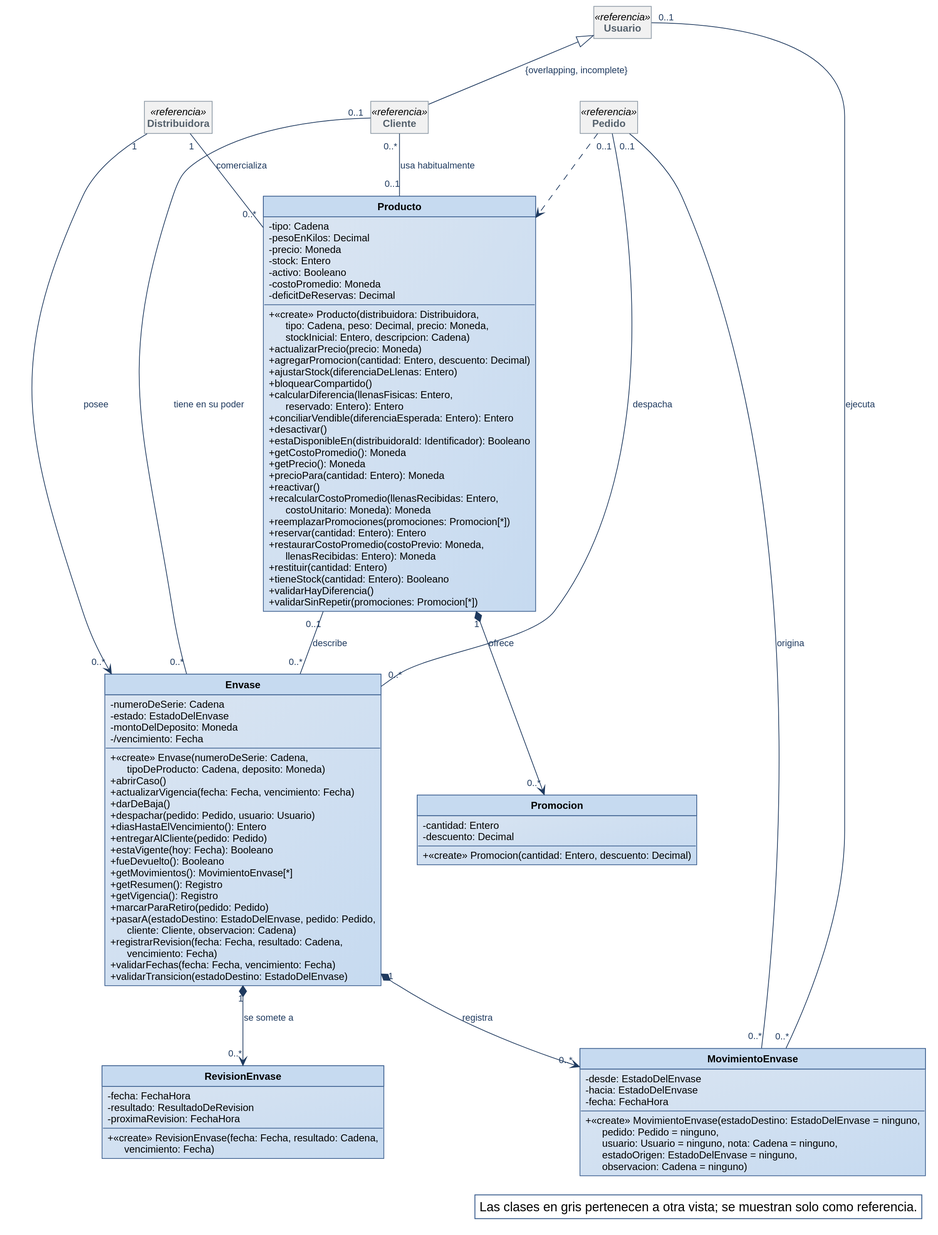
Earlier version of the PlantUML export diagramas/clases-diseno/DC_Productos-y-envases.svg (Nahuelito-Dev/splg-docs).
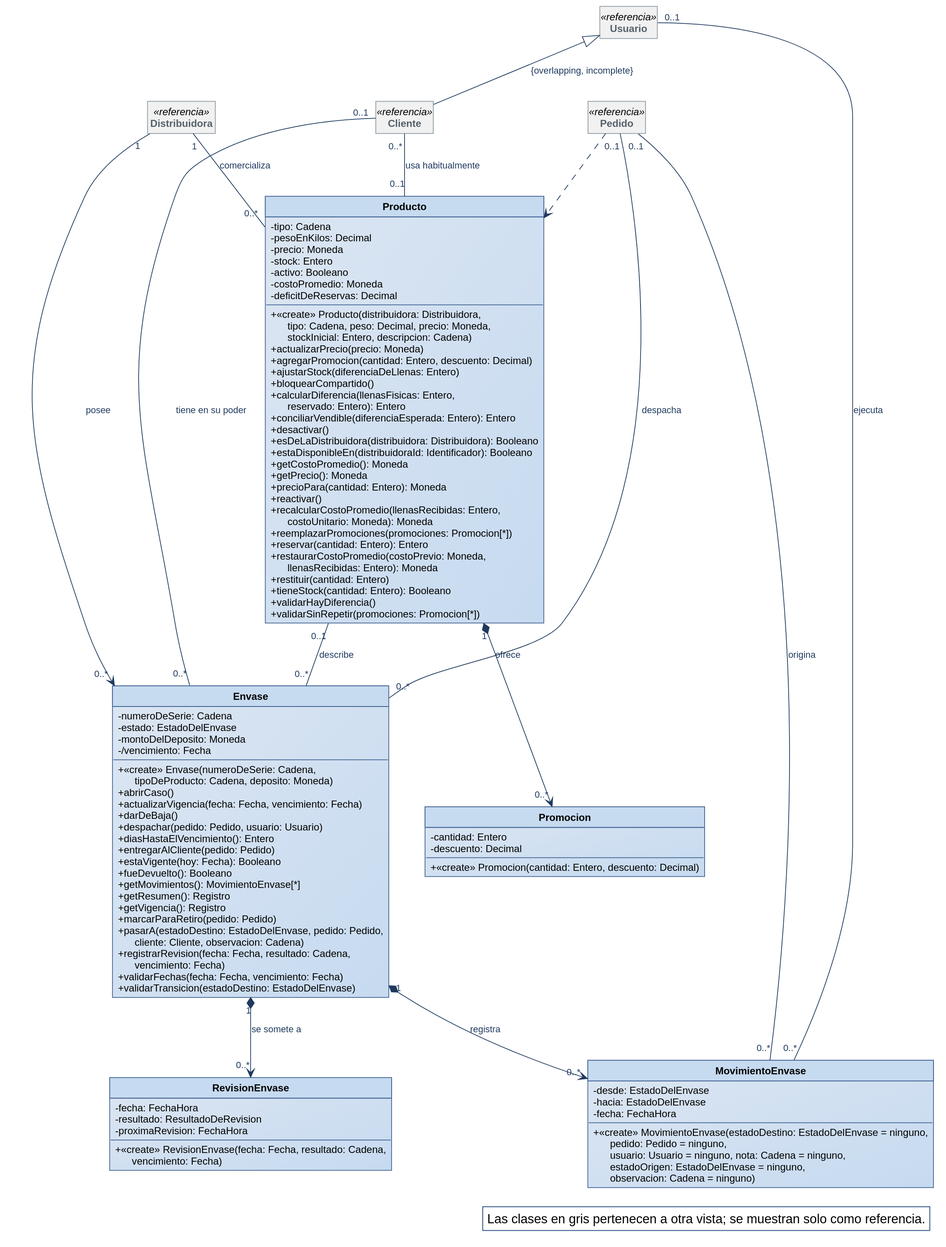
Above is the later version.

Diff of the diagram source:
```diff
@@ -43,6 +43,7 @@
   + calcularDiferencia(llenasFisicas: Entero,\n      reservado: Entero): Entero
   + conciliarVendible(diferenciaEsperada: Entero): Entero
   + desactivar()
+  + esDeLaDistribuidora(distribuidora: Distribuidora): Booleano
   + estaDisponibleEn(distribuidoraId: Identificador): Booleano
   + getCostoPromedio(): Moneda
   + getPrecio(): Moneda
```
